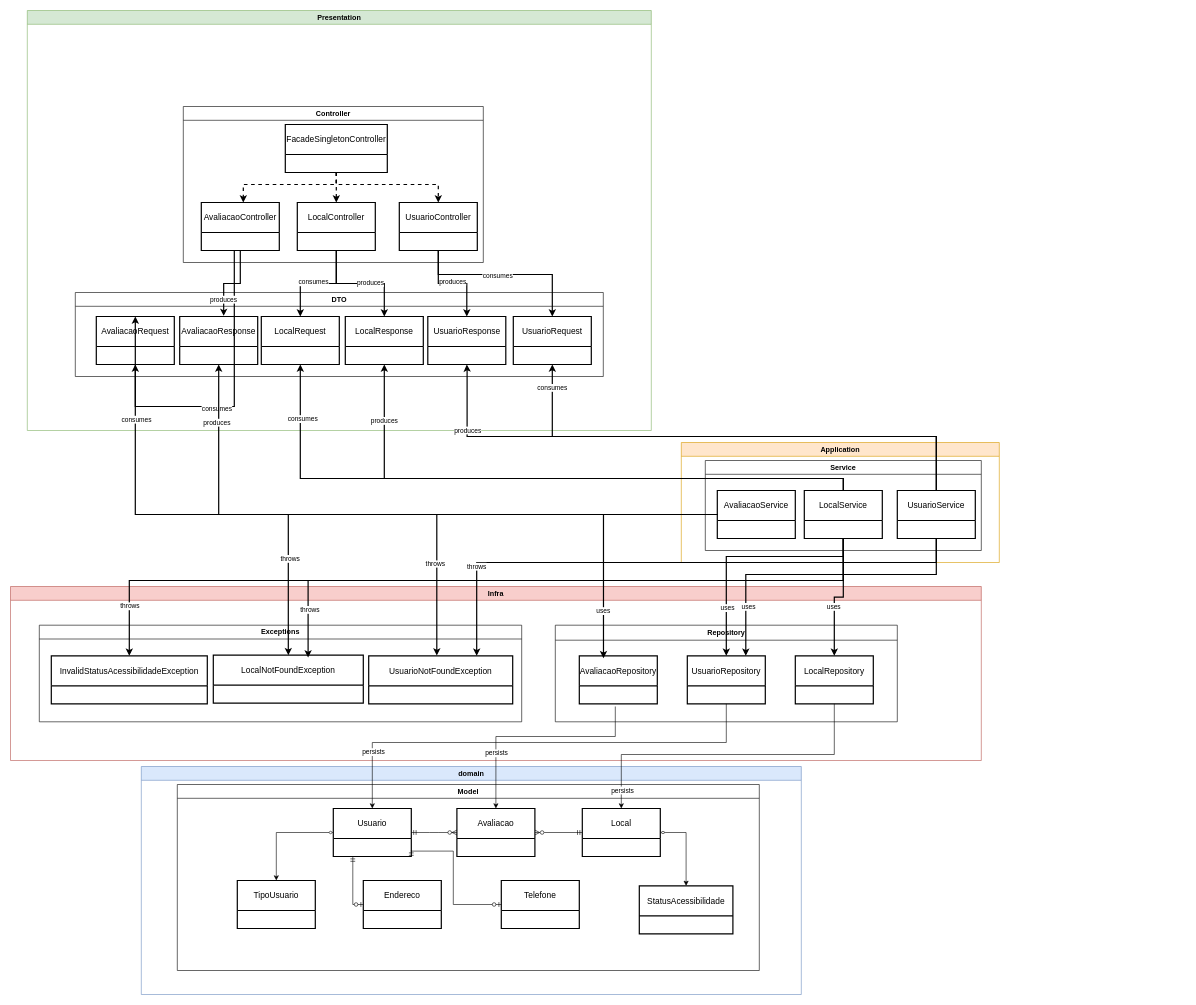
Above: diagrama.drawio in gersonfragoso/Sistema-CLA (draw.io), before the change. Source tidied: cells renumbered, new cells numbered last; positions are measured from the earlier drawing's top-left corner, leaving out a move shared by most shapes. Both pictures are drawn from the tidied source at 60%, with x=0, y=0 at pixel (10, 10).
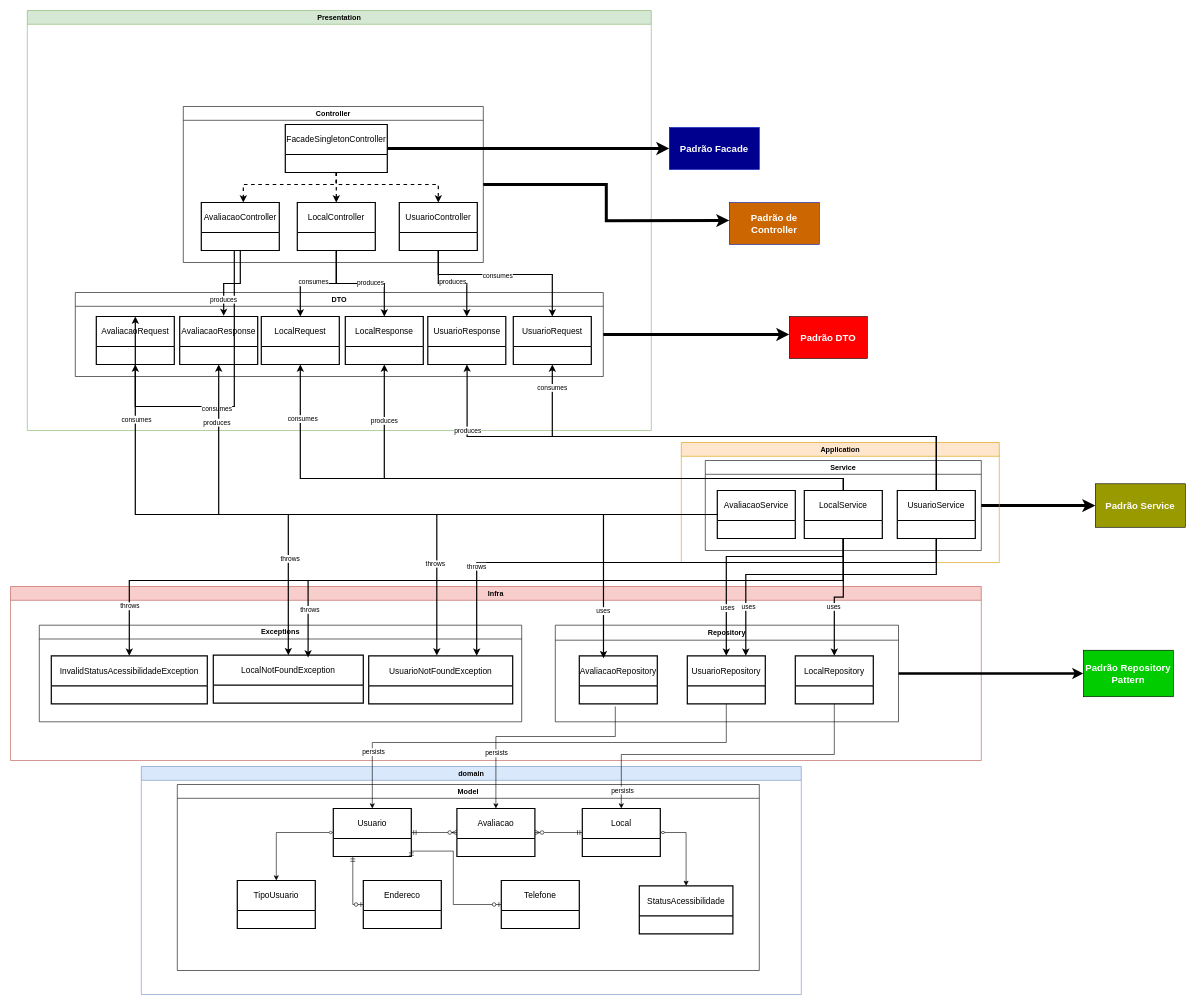
Above is the later version.

Commit message (it also covers changes not shown here):
refactor: atualizando diagrama e versão do lombok

The change refers to these unchanged cells:
```xml
<mxCell id="3" value="Presentation" style="swimlane;whiteSpace=wrap;html=1;rounded=0;fillColor=#d5e8d4;strokeColor=#82b366;" parent="1" vertex="1">
  <mxGeometry x="28" width="1040" height="700" as="geometry" />
</mxCell>
<mxCell id="5" value="DTO" style="swimlane;whiteSpace=wrap;html=1;rounded=0;" parent="3" vertex="1">
  <mxGeometry x="80" y="470" width="880" height="140" as="geometry" />
</mxCell>
<mxCell id="11" value="Controller" style="swimlane;whiteSpace=wrap;html=1;rounded=0;" parent="3" vertex="1">
  <mxGeometry x="260" y="160" width="500" height="260" as="geometry" />
</mxCell>
<mxCell id="18" value="FacadeSingletonController" style="swimlane;horizontal=1;startSize=50;rounded=0;fontSize=14;fontStyle=0;strokeWidth=2;shadow=0;dashed=0;align=center;arcSize=4;whiteSpace=wrap;html=1;" parent="11" vertex="1">
  <mxGeometry x="170" y="30" width="170" height="80" as="geometry" />
</mxCell>
<mxCell id="31" value="Service" style="swimlane;whiteSpace=wrap;html=1;rounded=0;" parent="1" vertex="1">
  <mxGeometry x="1158" y="750" width="460" height="150" as="geometry" />
</mxCell>
<mxCell id="35" value="Infra" style="swimlane;whiteSpace=wrap;html=1;startSize=23;fillColor=#f8cecc;strokeColor=#b85450;" parent="1" vertex="1">
  <mxGeometry y="960" width="1618" height="290" as="geometry" />
</mxCell>
```

The edit, as a diff of the source:
```diff
@@
+    <mxCell id="95" style="edgeStyle=orthogonalEdgeStyle;rounded=0;jettySize=auto;html=1;exitX=1;exitY=0.5;exitDx=0;exitDy=0;strokeWidth=5;" parent="3" edge="1" source="5">
+      <mxGeometry relative="1" as="geometry">
+        <mxPoint x="1270" y="540" as="targetPoint" />
+      </mxGeometry>
+    </mxCell>
@@
+    <mxCell id="96" style="edgeStyle=orthogonalEdgeStyle;rounded=0;jettySize=auto;html=1;strokeWidth=5;" parent="3" edge="1" source="11">
+      <mxGeometry relative="1" as="geometry">
+        <mxPoint x="1170" y="350" as="targetPoint" />
+      </mxGeometry>
+    </mxCell>
@@
+    <mxCell id="97" style="edgeStyle=orthogonalEdgeStyle;rounded=0;jettySize=auto;html=1;strokeWidth=5;" parent="1" edge="1" source="31" target="103">
+      <mxGeometry relative="1" as="geometry" />
+    </mxCell>
@@
     <mxCell id="36" value="Repository" style="swimlane;whiteSpace=wrap;html=1;startSize=25;rounded=0;" parent="35" vertex="1">
-      <mxGeometry x="908" y="64.5" width="570" height="161" as="geometry" />
+      <mxGeometry x="908" y="64.5" width="572" height="161" as="geometry" />
     </mxCell>
@@
+    <mxCell id="98" value="&lt;b&gt;&lt;font style=&quot;color: light-dark(rgb(255, 255, 255), rgb(255, 255, 255)); font-size: 16px;&quot;&gt;Padrão Facade &lt;/font&gt;&lt;/b&gt;" style="rounded=0;whiteSpace=wrap;html=1;strokeColor=#001DBC;fillColor=light-dark(#00008E,#00008E);fontColor=#ffffff;" parent="1" vertex="1">
+      <mxGeometry x="1098" y="195" width="150" height="70" as="geometry" />
+    </mxCell>
+    <mxCell id="99" style="edgeStyle=orthogonalEdgeStyle;rounded=0;jettySize=auto;html=1;entryX=0;entryY=0.5;entryDx=0;entryDy=0;strokeWidth=5;" parent="1" edge="1" source="18" target="98">
+      <mxGeometry relative="1" as="geometry" />
+    </mxCell>
+    <mxCell id="100" value="&lt;b&gt;&lt;font style=&quot;color: light-dark(rgb(255, 255, 255), rgb(255, 255, 255)); font-size: 16px;&quot;&gt;Padrão DTO&lt;/font&gt;&lt;/b&gt;" style="rounded=0;whiteSpace=wrap;html=1;strokeColor=default;fillColor=light-dark(#FF0000,#FF0000);fontColor=#ffffff;" parent="1" vertex="1">
+      <mxGeometry x="1298" y="510" width="130" height="70" as="geometry" />
+    </mxCell>
+    <mxCell id="101" value="&lt;font style=&quot;font-size: 16px;&quot;&gt;&lt;font style=&quot;color: light-dark(rgb(255, 255, 255), rgb(255, 255, 255));&quot;&gt;Padrão&lt;/font&gt;&lt;font style=&quot;color: light-dark(rgb(255, 255, 255), rgb(255, 255, 255));&quot;&gt;&amp;nbsp;&lt;/font&gt;&lt;font style=&quot;color: light-dark(rgb(255, 255, 255), rgb(255, 255, 255));&quot;&gt;Repository Pattern&lt;/font&gt;&lt;/font&gt;" style="rounded=0;whiteSpace=wrap;html=1;strokeColor=default;fillColor=light-dark(#00CC00,#00CC00);fontColor=#ffffff;fontStyle=1;" parent="1" vertex="1">
+      <mxGeometry x="1788" y="1066.2" width="150" height="77.5" as="geometry" />
+    </mxCell>
+    <mxCell id="102" style="edgeStyle=orthogonalEdgeStyle;rounded=0;jettySize=auto;html=1;exitX=1;exitY=0.5;exitDx=0;exitDy=0;strokeWidth=4;" parent="1" edge="1" source="36" target="101">
+      <mxGeometry relative="1" as="geometry" />
+    </mxCell>
+    <mxCell id="103" value="&lt;font style=&quot;font-size: 16px;&quot;&gt;&lt;font style=&quot;color: light-dark(rgb(255, 255, 255), rgb(255, 255, 255));&quot;&gt;Padrão&lt;/font&gt;&lt;font style=&quot;color: light-dark(rgb(255, 255, 255), rgb(255, 255, 255));&quot;&gt;&amp;nbsp;&lt;/font&gt;&lt;font style=&quot;color: light-dark(rgb(255, 255, 255), rgb(255, 255, 255));&quot;&gt;Service&lt;/font&gt;&lt;/font&gt;" style="rounded=0;whiteSpace=wrap;html=1;strokeColor=default;fillColor=light-dark(#999900,#999900);fontColor=#ffffff;fontStyle=1;" parent="1" vertex="1">
+      <mxGeometry x="1808" y="788.8" width="150" height="72.5" as="geometry" />
+    </mxCell>
+    <mxCell id="104" value="&lt;b&gt;&lt;font style=&quot;color: light-dark(rgb(255, 255, 255), rgb(255, 255, 255)); font-size: 16px;&quot;&gt;Padrão de Controller&lt;/font&gt;&lt;/b&gt;" style="rounded=0;whiteSpace=wrap;html=1;strokeColor=#001DBC;fillColor=light-dark(#CC6600,#CC6600);fontColor=#ffffff;" parent="1" vertex="1">
+      <mxGeometry x="1198" y="320" width="150" height="70" as="geometry" />
+    </mxCell>
```
